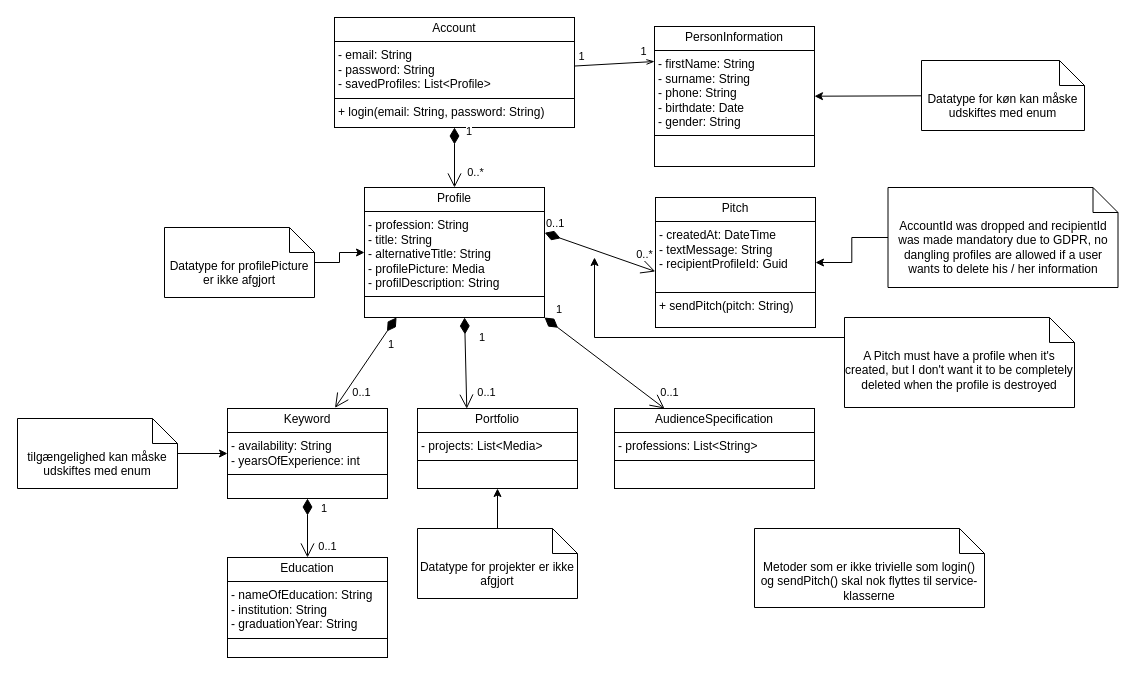
This is Dokumenter/Bilag/1. Forundersøgelse/Design klassediagram - EN.drawio from erikato-git/Hovedopgaven_LinkUp, a draw.io file, before an edit. Source tidied: cells renumbered, new cells numbered last; positions are measured from the earlier drawing's top-left corner, leaving out a move shared by most shapes. Both pictures are drawn from the tidied source at 100%, with x=0, y=0 at pixel (17, 17).
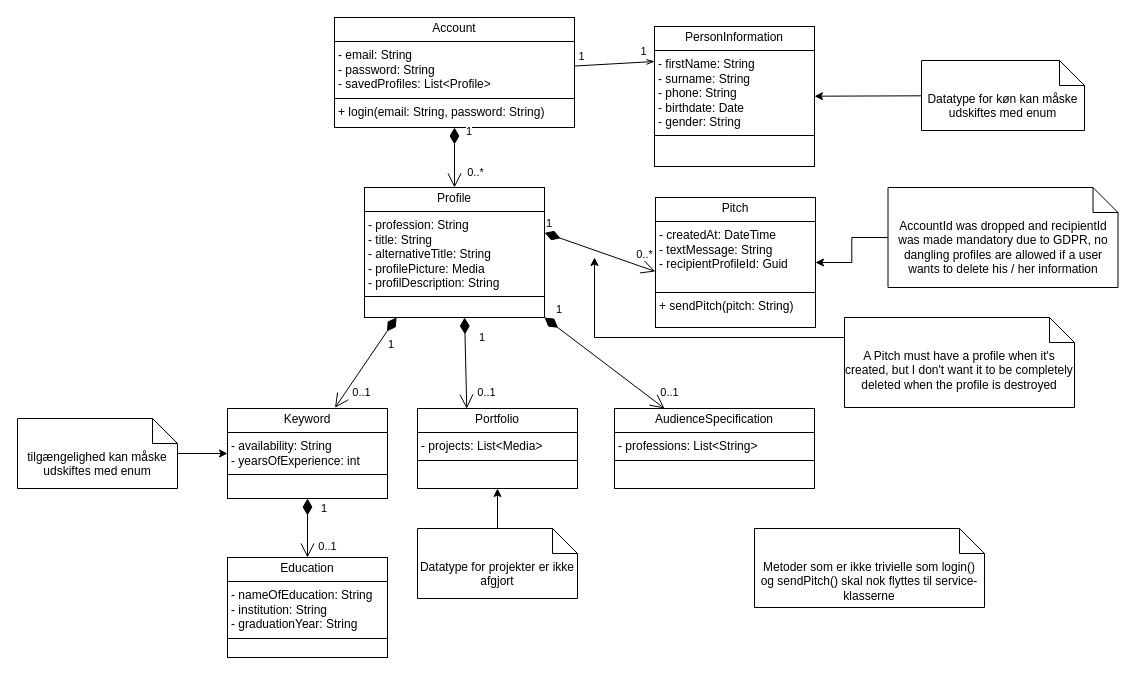
Above is the later version.

The change refers to these unchanged cells:
```xml
<mxCell id="5" value="&lt;p style=&quot;margin:0px;margin-top:4px;text-align:center;&quot;&gt;Profile&lt;/p&gt;&lt;hr size=&quot;1&quot; style=&quot;border-style:solid;&quot;&gt;&lt;p style=&quot;margin:0px;margin-left:4px;&quot;&gt;- profession: String&lt;br&gt;- title: String&lt;/p&gt;&lt;p style=&quot;margin:0px;margin-left:4px;&quot;&gt;- alternativeTitle: String&lt;/p&gt;&lt;p style=&quot;margin:0px;margin-left:4px;&quot;&gt;- profilePicture: Media&lt;/p&gt;&lt;p style=&quot;margin:0px;margin-left:4px;&quot;&gt;- profilDescription: String&lt;/p&gt;&lt;hr size=&quot;1&quot; style=&quot;border-style:solid;&quot;&gt;&lt;p style=&quot;margin:0px;margin-left:4px;&quot;&gt;&lt;br&gt;&lt;/p&gt;" style="verticalAlign=top;align=left;overflow=fill;html=1;whiteSpace=wrap;" parent="1" vertex="1">
  <mxGeometry x="347" y="170" width="180" height="130" as="geometry" />
</mxCell>
<mxCell id="14" value="&lt;p style=&quot;margin:0px;margin-top:4px;text-align:center;&quot;&gt;Pitch&lt;/p&gt;&lt;hr size=&quot;1&quot; style=&quot;border-style:solid;&quot;&gt;&lt;p style=&quot;margin:0px;margin-left:4px;&quot;&gt;- createdAt: DateTime&lt;br&gt;&lt;/p&gt;&lt;p style=&quot;margin:0px;margin-left:4px;&quot;&gt;- textMessage: String&lt;/p&gt;&lt;p style=&quot;margin:0px;margin-left:4px;&quot;&gt;- recipientProfileId: Guid&lt;/p&gt;&lt;p style=&quot;margin:0px;margin-left:4px;&quot;&gt;&lt;br&gt;&lt;/p&gt;&lt;hr size=&quot;1&quot; style=&quot;border-style:solid;&quot;&gt;&lt;p style=&quot;margin:0px;margin-left:4px;&quot;&gt;+ sendPitch(pitch: String)&lt;/p&gt;" style="verticalAlign=top;align=left;overflow=fill;html=1;whiteSpace=wrap;" parent="1" vertex="1">
  <mxGeometry x="638" y="180" width="160" height="130" as="geometry" />
</mxCell>
```

Change to the diagram source:
```diff
@@
-    <mxCell id="7" style="edgeStyle=orthogonalEdgeStyle;rounded=0;jettySize=auto;html=1;" parent="1" edge="1" source="8" target="5">
-      <mxGeometry relative="1" as="geometry" />
-    </mxCell>
-    <mxCell id="8" value="Datatype for profilePicture er ikke afgjort" style="shape=note2;boundedLbl=1;whiteSpace=wrap;html=1;size=25;verticalAlign=top;align=center;" parent="1" vertex="1">
-      <mxGeometry x="147" y="210" width="150" height="70" as="geometry" />
-    </mxCell>
@@
-    <mxCell id="34" value="0..1" style="endArrow=open;html=1;endSize=12;startArrow=diamondThin;startSize=14;startFill=1;align=left;verticalAlign=bottom;rounded=0;entryX=-0.001;entryY=0.569;entryDx=0;entryDy=0;exitX=1.001;exitY=0.348;exitDx=0;exitDy=0;exitPerimeter=0;entryPerimeter=0;" parent="1" edge="1" source="5" target="14">
+    <mxCell id="34" value="1" style="endArrow=open;html=1;endSize=12;startArrow=diamondThin;startSize=14;startFill=1;align=left;verticalAlign=bottom;rounded=0;entryX=-0.001;entryY=0.569;entryDx=0;entryDy=0;exitX=1.001;exitY=0.348;exitDx=0;exitDy=0;exitPerimeter=0;entryPerimeter=0;" parent="1" edge="1" source="5" target="14">
       <mxGeometry x="-1" relative="1" as="geometry" />
     </mxCell>
```
